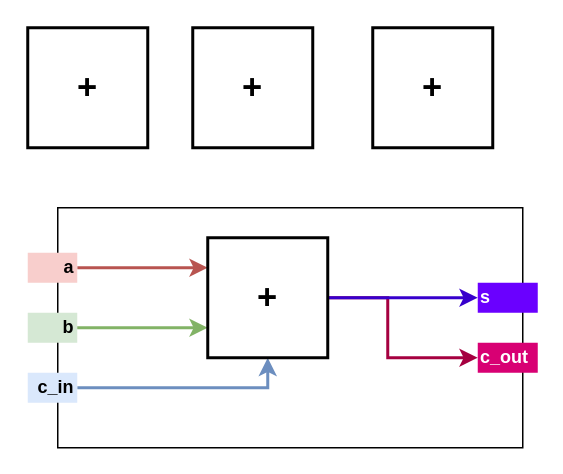
Earlier version of the draw.io diagram src/main/drawio/empty/diagram-foo.drawio (ParkDongho/AXI-DMA). Source tidied: cells renumbered, new cells numbered last; positions are measured from the earlier drawing's top-left corner, leaving out a move shared by most shapes. Both pictures are drawn from the tidied source at 150%, with x=0, y=0 at pixel (27, 27).
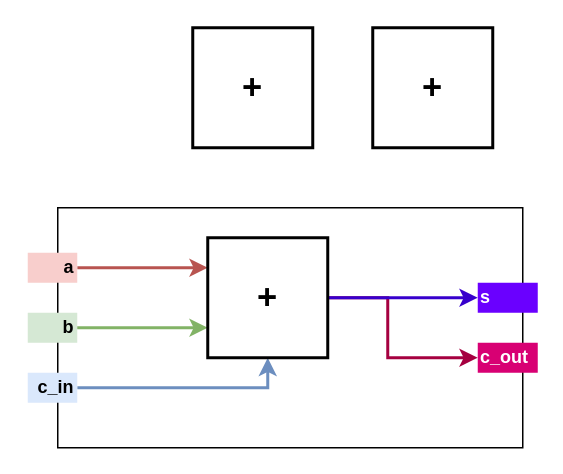
After the change.

Diff of the diagram source:
```diff
@@
-    <mxCell id="16" value="+" style="whiteSpace=wrap;html=1;strokeWidth=2;fontStyle=1;fontSize=23;" parent="1" vertex="1">
-      <mxGeometry width="80" height="80" as="geometry" />
-    </mxCell>
```
